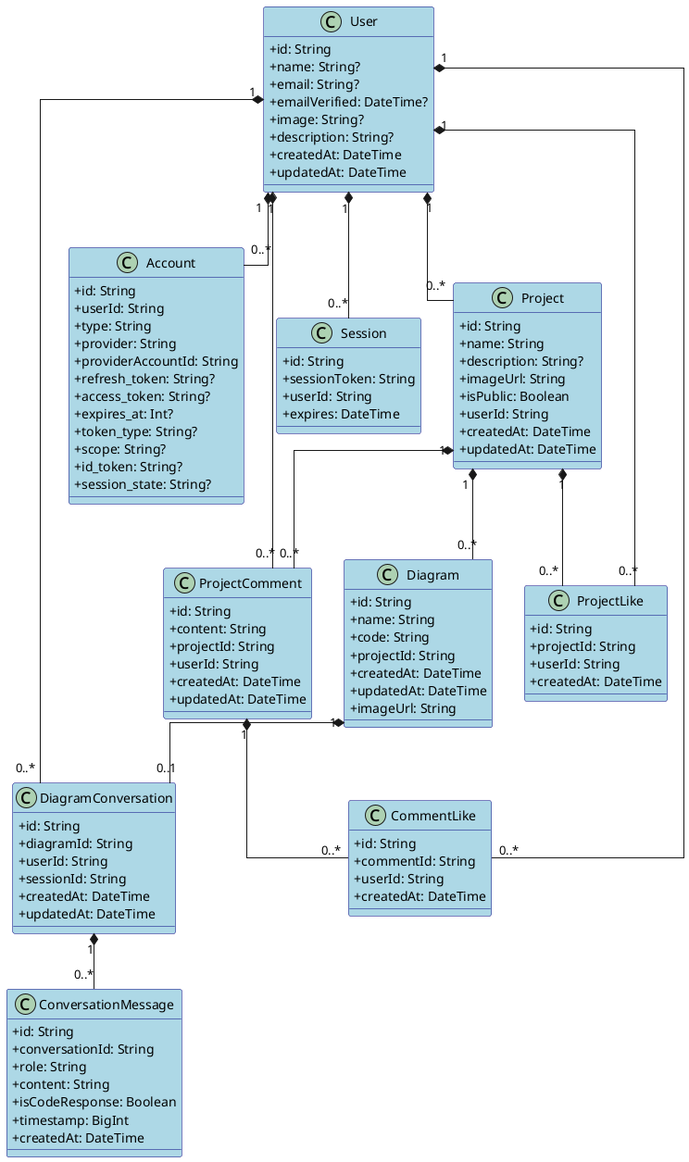
Before: conception/SprintI/global_class_diagram.png, a diagram exported from PlantUML (souhaib-askri/report_pfe).
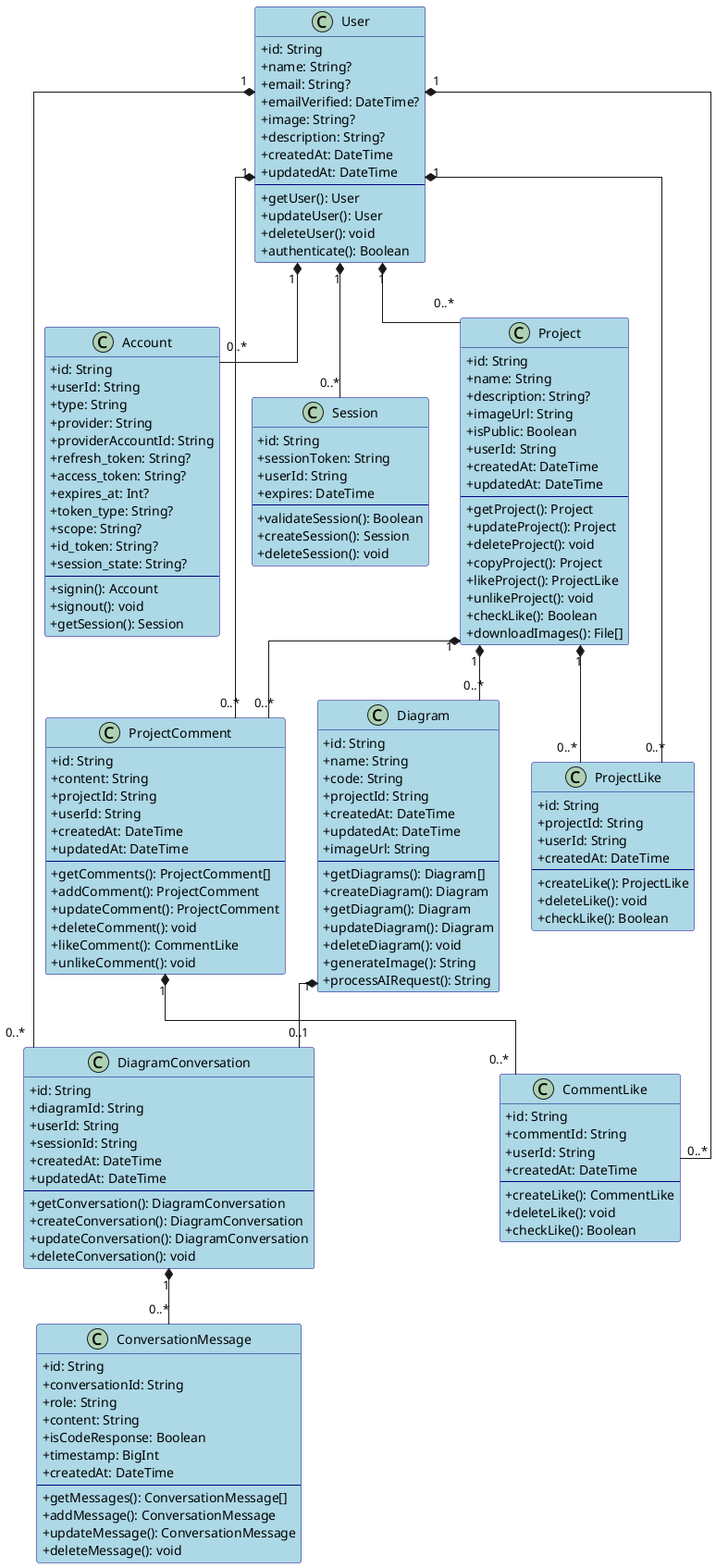
Later version of the same file.

Diff of the diagram source:
```diff
@@ -7,99 +7,154 @@
 skinparam linetype ortho
 
 class DiagramConversation {
-+ id: String
-+ diagramId: String
-+ userId: String
-+ sessionId: String
-+ createdAt: DateTime
-+ updatedAt: DateTime
+    + id: String
+    + diagramId: String
+    + userId: String
+    + sessionId: String
+    + createdAt: DateTime
+    + updatedAt: DateTime
+    --
+    + getConversation(): DiagramConversation
+    + createConversation(): DiagramConversation
+    + updateConversation(): DiagramConversation
+    + deleteConversation(): void
 }
 
 class ConversationMessage {
-+ id: String
-+ conversationId: String
-+ role: String
-+ content: String
-+ isCodeResponse: Boolean
-+ timestamp: BigInt
-+ createdAt: DateTime
+    + id: String
+    + conversationId: String
+    + role: String
+    + content: String
+    + isCodeResponse: Boolean
+    + timestamp: BigInt
+    + createdAt: DateTime
+    --
+    + getMessages(): ConversationMessage[]
+    + addMessage(): ConversationMessage
+    + updateMessage(): ConversationMessage
+    + deleteMessage(): void
 }
 
 class Account {
-+ id: String
-+ userId: String
-+ type: String
-+ provider: String
-+ providerAccountId: String
-+ refresh_token: String?
-+ access_token: String?
-+ expires_at: Int?
-+ token_type: String?
-+ scope: String?
-+ id_token: String?
-+ session_state: String?
+    + id: String
+    + userId: String
+    + type: String
+    + provider: String
+    + providerAccountId: String
+    + refresh_token: String?
+    + access_token: String?
+    + expires_at: Int?
+    + token_type: String?
+    + scope: String?
+    + id_token: String?
+    + session_state: String?
+    --
+    + signin(): Account
+    + signout(): void
+    + getSession(): Session
 }
 
 class Session {
-+ id: String
-+ sessionToken: String
-+ userId: String
-+ expires: DateTime
+    + id: String
+    + sessionToken: String
+    + userId: String
+    + expires: DateTime
+    --
+    + validateSession(): Boolean
+    + createSession(): Session
+    + deleteSession(): void
 }
 
 class User {
-+ id: String
-+ name: String?
-+ email: String?
-+ emailVerified: DateTime?
-+ image: String?
-+ description: String?
-+ createdAt: DateTime
-+ updatedAt: DateTime
+    + id: String
+    + name: String?
+    + email: String?
+    + emailVerified: DateTime?
+    + image: String?
+    + description: String?
+    + createdAt: DateTime
+    + updatedAt: DateTime
+    --
+    + getUser(): User
+    + updateUser(): User
+    + deleteUser(): void
+    + authenticate(): Boolean
 }
 
 class Project {
-+ id: String
-+ name: String
-+ description: String?
-+ imageUrl: String
-+ isPublic: Boolean
-+ userId: String
-+ createdAt: DateTime
-+ updatedAt: DateTime
+    + id: String
+    + name: String
+    + description: String?
+    + imageUrl: String
+    + isPublic: Boolean
+    + userId: String
+    + createdAt: DateTime
+    + updatedAt: DateTime
+    --
+    + getProject(): Project
+    + updateProject(): Project
+    + deleteProject(): void
+    + copyProject(): Project
+    + likeProject(): ProjectLike
+    + unlikeProject(): void
+    + checkLike(): Boolean
+    + downloadImages(): File[]
 }
 
 class Diagram {
-+ id: String
-+ name: String
-+ code: String
-+ projectId: String
-+ createdAt: DateTime
-+ updatedAt: DateTime
-+ imageUrl: String
+    + id: String
+    + name: String
+    + code: String
+    + projectId: String
+    + createdAt: DateTime
+    + updatedAt: DateTime
+    + imageUrl: String
+    --
+    + getDiagrams(): Diagram[]
+    + createDiagram(): Diagram
+    + getDiagram(): Diagram
+    + updateDiagram(): Diagram
+    + deleteDiagram(): void
+    + generateImage(): String
+    + processAIRequest(): String
 }
 
 class ProjectComment {
-+ id: String
-+ content: String
-+ projectId: String
-+ userId: String
-+ createdAt: DateTime
-+ updatedAt: DateTime
+    + id: String
+    + content: String
+    + projectId: String
+    + userId: String
+    + createdAt: DateTime
+    + updatedAt: DateTime
+    --
+    + getComments(): ProjectComment[]
+    + addComment(): ProjectComment
+    + updateComment(): ProjectComment
+    + deleteComment(): void
+    + likeComment(): CommentLike
+    + unlikeComment(): void
 }
 
 class ProjectLike {
-+ id: String
-+ projectId: String
-+ userId: String
-+ createdAt: DateTime
+    + id: String
+    + projectId: String
+    + userId: String
+    + createdAt: DateTime
+    --
+    + createLike(): ProjectLike
+    + deleteLike(): void
+    + checkLike(): Boolean
 }
 
 class CommentLike {
-+ id: String
-+ commentId: String
-+ userId: String
-+ createdAt: DateTime
+    + id: String
+    + commentId: String
+    + userId: String
+    + createdAt: DateTime
+    --
+    + createLike(): CommentLike
+    + deleteLike(): void
+    + checkLike(): Boolean
 }
 
 User "1" *-- "0..*" Account
```
